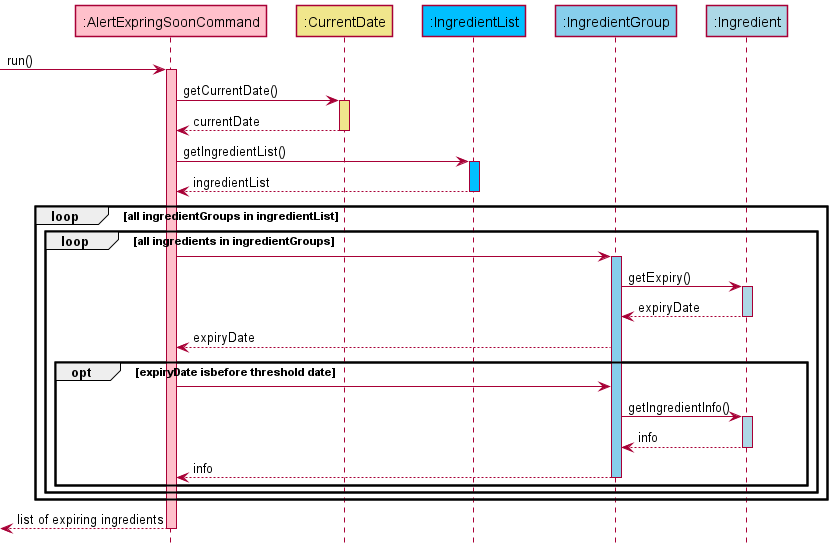
Above: docs/images/AlertExpirySequenceDiagram.png in nus-cs2113-AY2122S1/tp (PlantUML), before the change.
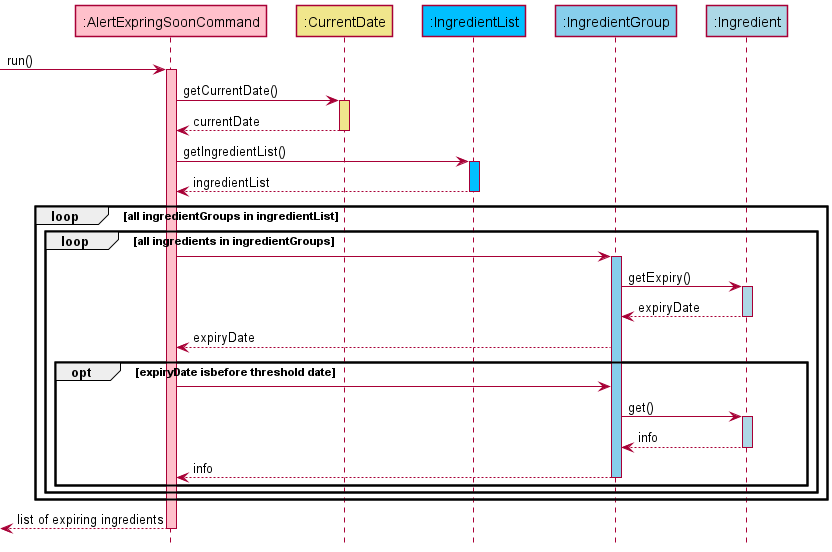
After the commit.

Commit message:
Slight change to sequence diagram

Diff of the diagram source:
```diff
@@ -34,7 +34,7 @@
         ing_group --> alert_exp: expiryDate
         opt expiryDate isbefore threshold date
             alert_exp -> ing_group
-            ing_group -> ing: getIngredientInfo()
+            ing_group -> ing: get()
             activate ing INGREDIENT_COLOUR
             ing --> ing_group: info
             deactivate ing
```
